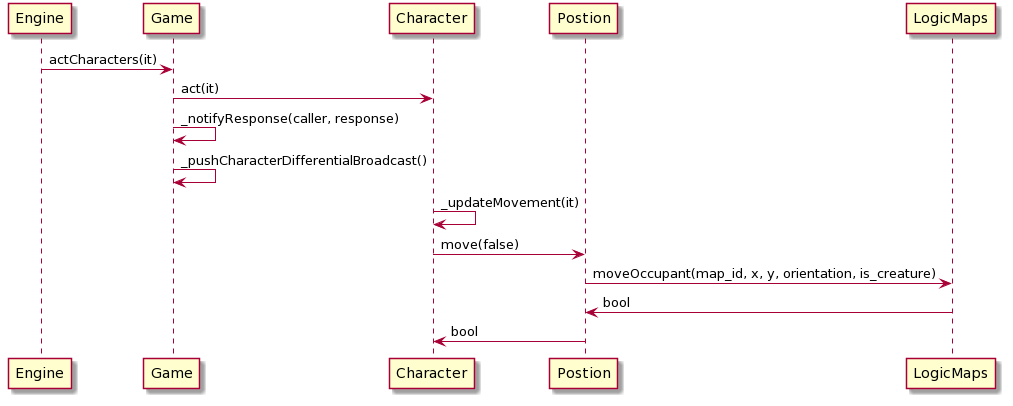
mauro7x/argentum keeps this PlantUML diagram as docs/assets/reference_manual/server/caracter_movimiento_secuencia.png. Above is the earlier version. Its diagram source:
```plantuml
@startuml
Engine -> Game : actCharacters(it)
Game -> Character: act(it)
Game -> Game : _notifyResponse(caller, response)
Game -> Game :_pushCharacterDifferentialBroadcast()
Character -> Character : _updateMovement(it)
Character -> Postion : move(false)
Postion -> LogicMaps : moveOccupant(map_id, x, y, orientation, is_creature)
LogicMaps -> Postion : bool
Postion -> Character : bool
@enduml
```
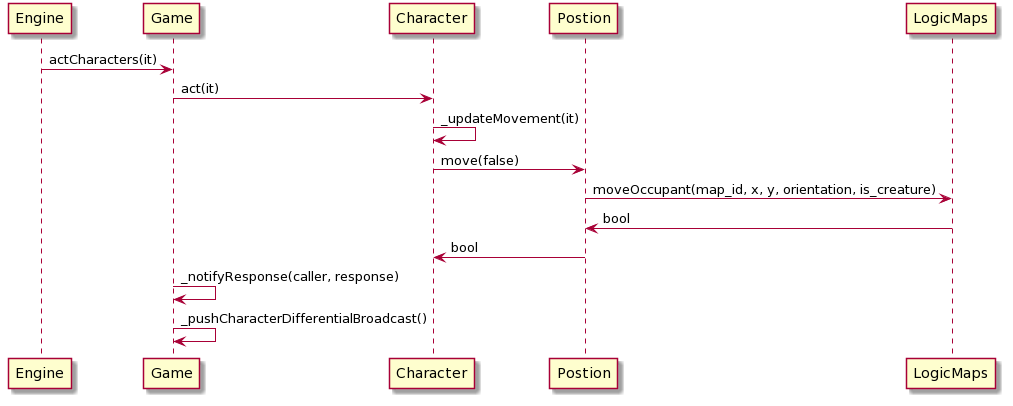
After the commit.

Commit message:
agrego y modifique unos diagramas

What changed in the source:
```diff
@@ -1,11 +1,11 @@
 @startuml
 Engine -> Game : actCharacters(it)
 Game -> Character: act(it)
-Game -> Game : _notifyResponse(caller, response)
-Game -> Game :_pushCharacterDifferentialBroadcast()
 Character -> Character : _updateMovement(it)
 Character -> Postion : move(false)
 Postion -> LogicMaps : moveOccupant(map_id, x, y, orientation, is_creature)
 LogicMaps -> Postion : bool
 Postion -> Character : bool
+Game -> Game : _notifyResponse(caller, response)
+Game -> Game :_pushCharacterDifferentialBroadcast()
 @enduml
```
